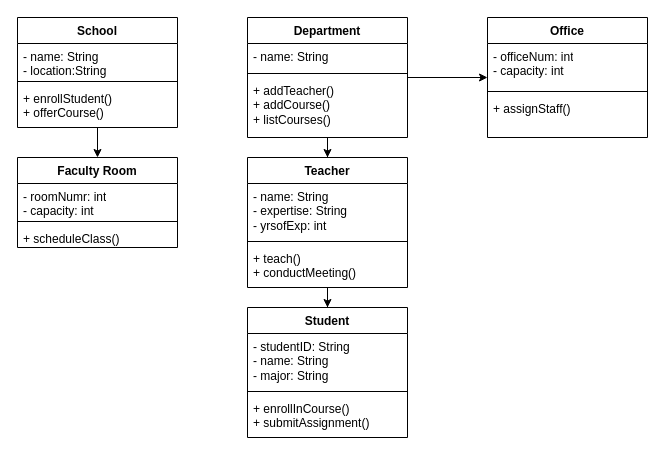
Before: tasksheet/SimpleClassDiagram.drawio in cocomarktea/TesdaActivity, a draw.io diagram. Source tidied: cells renumbered, new cells numbered last; positions are measured from the earlier drawing's top-left corner, leaving out a move shared by most shapes. Both pictures are drawn from the tidied source at 100%, with x=0, y=0 at pixel (17, 17).
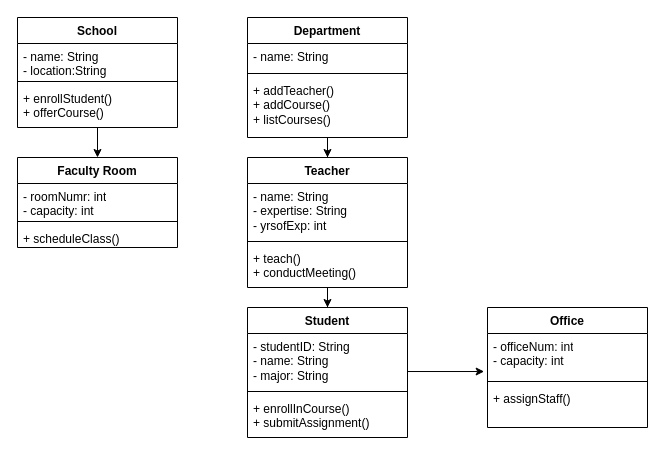
The same page after the edit.

The change refers to these unchanged cells:
```xml
<mxCell id="13" value="Department" style="swimlane;fontStyle=1;align=center;verticalAlign=top;horizontal=1;startSize=26;whiteSpace=wrap;html=1;" parent="1" vertex="1">
  <mxGeometry x="230" width="160" height="120" as="geometry" />
</mxCell>
<mxCell id="22" value="Student" style="swimlane;fontStyle=1;align=center;verticalAlign=top;horizontal=1;startSize=26;whiteSpace=wrap;html=1;" parent="1" vertex="1">
  <mxGeometry x="230" y="290" width="160" height="130" as="geometry" />
</mxCell>
<mxCell id="27" value="- officeNum: int&lt;br&gt;- capacity: int" style="text;strokeColor=none;fillColor=none;align=left;verticalAlign=top;spacingLeft=4;spacingRight=4;overflow=hidden;points=[[0,0.5],[1,0.5]];portConstraint=eastwest;whiteSpace=wrap;html=1;" parent="26" vertex="1">
  <mxGeometry y="26" width="160" height="44" as="geometry" />
</mxCell>
```

The edit, as a diff of the source:
```diff
@@
-    <mxCell id="12" style="edgeStyle=orthogonalEdgeStyle;rounded=0;jettySize=auto;html=1;" parent="1" edge="1" source="13" target="26">
-      <mxGeometry relative="1" as="geometry" />
-    </mxCell>
@@
+    <mxCell id="30" style="edgeStyle=orthogonalEdgeStyle;rounded=0;jettySize=auto;html=1;entryX=-0.021;entryY=0.864;entryDx=0;entryDy=0;entryPerimeter=0;" parent="1" edge="1" source="22" target="27">
+      <mxGeometry relative="1" as="geometry">
+        <Array as="points">
+          <mxPoint x="467" y="355" />
+        </Array>
+      </mxGeometry>
+    </mxCell>
@@
     <mxCell id="26" value="Office" style="swimlane;fontStyle=1;align=center;verticalAlign=top;horizontal=1;startSize=26;whiteSpace=wrap;html=1;" parent="1" vertex="1">
-      <mxGeometry x="470" width="160" height="120" as="geometry" />
+      <mxGeometry x="470" y="290" width="160" height="120" as="geometry" />
     </mxCell>
```
